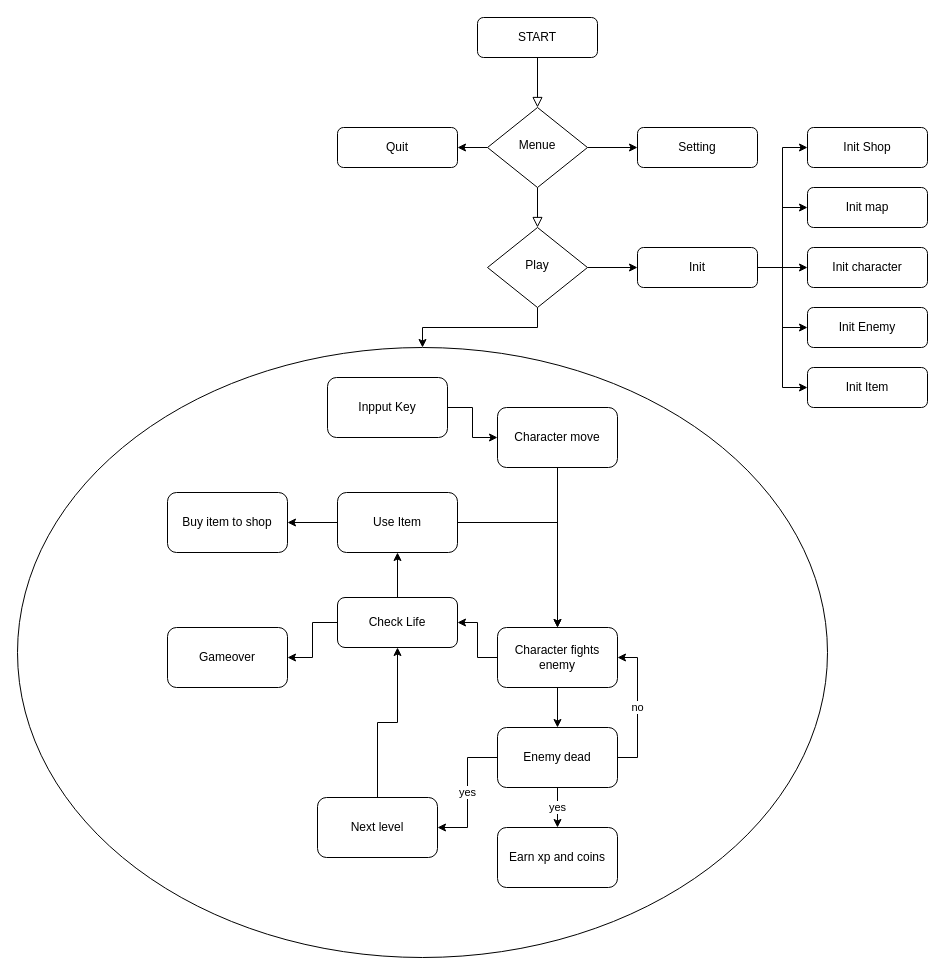
kcLandy/projet-red keeps this draw.io diagram as Diagramme sans nom.drawio. Above is the earlier version. Source tidied: cells renumbered, new cells numbered last; positions are measured from the earlier drawing's top-left corner, leaving out a move shared by most shapes. Both pictures are drawn from the tidied source at 100%, with x=0, y=0 at pixel (17, 17).
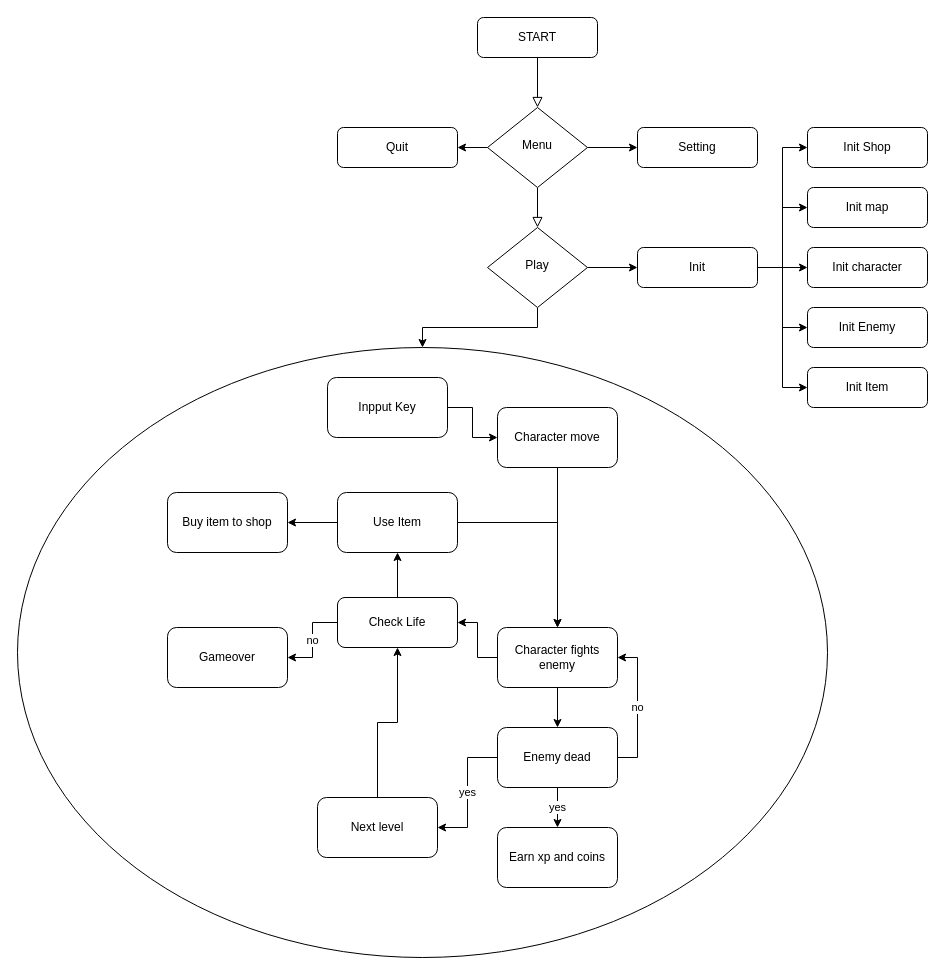
The same page after the edit.

Commit message:
Mettre à jour Diagramme sans nom.drawio

Unchanged cells that the change refers to:
```xml
<mxCell id="41" value="Check Life" style="rounded=1;whiteSpace=wrap;html=1;" parent="1" vertex="1">
  <mxGeometry x="320" y="580" width="120" height="50" as="geometry" />
</mxCell>
<mxCell id="42" value="Gameover&lt;br&gt;" style="rounded=1;whiteSpace=wrap;html=1;" parent="1" vertex="1">
  <mxGeometry x="150" y="610" width="120" height="60" as="geometry" />
</mxCell>
```

What changed in the source:
```diff
@@
-    <mxCell id="7" value="Menue" style="rhombus;whiteSpace=wrap;html=1;shadow=0;fontFamily=Helvetica;fontSize=12;align=center;strokeWidth=1;spacing=6;spacingTop=-4;" parent="1" vertex="1">
+    <mxCell id="7" value="Menu" style="rhombus;whiteSpace=wrap;html=1;shadow=0;fontFamily=Helvetica;fontSize=12;align=center;strokeWidth=1;spacing=6;spacingTop=-4;" parent="1" vertex="1">
       <mxGeometry x="470" y="90" width="100" height="80" as="geometry" />
     </mxCell>
@@
-    <mxCell id="39" style="edgeStyle=orthogonalEdgeStyle;rounded=0;jettySize=auto;html=1;exitX=0;exitY=0.5;exitDx=0;exitDy=0;entryX=1;entryY=0.5;entryDx=0;entryDy=0;" parent="1" edge="1" source="41" target="42">
+    <mxCell id="39" value="no" style="edgeStyle=orthogonalEdgeStyle;rounded=0;jettySize=auto;html=1;exitX=0;exitY=0.5;exitDx=0;exitDy=0;entryX=1;entryY=0.5;entryDx=0;entryDy=0;" parent="1" edge="1" source="41" target="42">
       <mxGeometry relative="1" as="geometry" />
     </mxCell>
```
